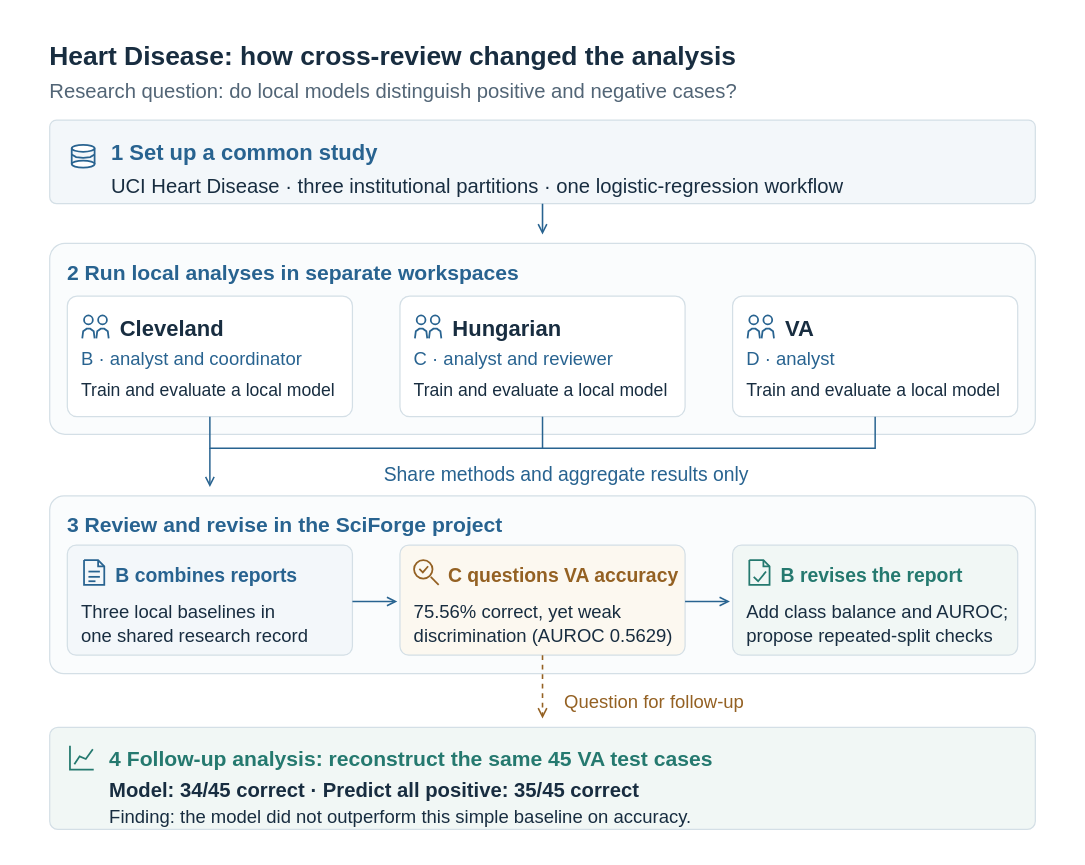
Before: paper/case-02-heart-disease/figures/fig5_heart_disease.drawio in MultiHugo/sciforge-heart-disease-collaboration, a draw.io diagram. Source tidied: cells renumbered, new cells numbered last; positions are measured from the earlier drawing's top-left corner, leaving out a move shared by most shapes. Both pictures are drawn from the tidied source at 88%, with x=0, y=0 at pixel (14, 14).
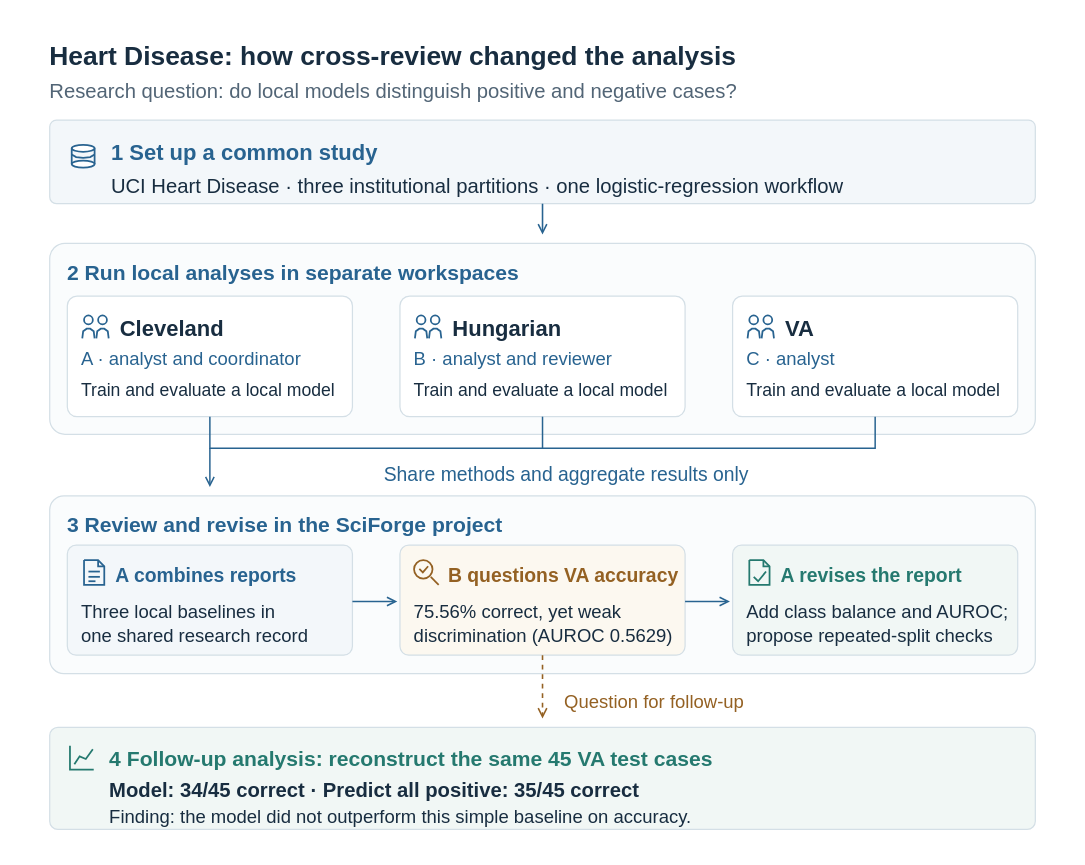
After the change.

Commit message (it also covers changes not shown here):
docs: refine Heart Disease case and archive review evidence

Change to the diagram source:
```diff
@@
-    <mxCell id="22" value="B · analyst and coordinator" style="text;html=0;whiteSpace=nowrap;overflow=visible;align=left;verticalAlign=top;spacing=0;fontFamily=Arial;fontSize=21;fontStyle=0;fontColor=#286390;strokeColor=none;fillColor=none;" parent="1" vertex="1">
+    <mxCell id="22" value="A · analyst and coordinator" style="text;html=0;whiteSpace=nowrap;overflow=visible;align=left;verticalAlign=top;spacing=0;fontFamily=Arial;fontSize=21;fontStyle=0;fontColor=#286390;strokeColor=none;fillColor=none;" parent="1" vertex="1">
       <mxGeometry x="76" y="374" width="294" height="26.2" as="geometry" />
     </mxCell>
@@
-    <mxCell id="30" value="C · analyst and reviewer" style="text;html=0;whiteSpace=nowrap;overflow=visible;align=left;verticalAlign=top;spacing=0;fontFamily=Arial;fontSize=21;fontStyle=0;fontColor=#286390;strokeColor=none;fillColor=none;" parent="1" vertex="1">
+    <mxCell id="30" value="B · analyst and reviewer" style="text;html=0;whiteSpace=nowrap;overflow=visible;align=left;verticalAlign=top;spacing=0;fontFamily=Arial;fontSize=21;fontStyle=0;fontColor=#286390;strokeColor=none;fillColor=none;" parent="1" vertex="1">
       <mxGeometry x="454" y="374" width="294" height="26.2" as="geometry" />
     </mxCell>
@@
-    <mxCell id="38" value="D · analyst" style="text;html=0;whiteSpace=nowrap;overflow=visible;align=left;verticalAlign=top;spacing=0;fontFamily=Arial;fontSize=21;fontStyle=0;fontColor=#286390;strokeColor=none;fillColor=none;" parent="1" vertex="1">
+    <mxCell id="38" value="C · analyst" style="text;html=0;whiteSpace=nowrap;overflow=visible;align=left;verticalAlign=top;spacing=0;fontFamily=Arial;fontSize=21;fontStyle=0;fontColor=#286390;strokeColor=none;fillColor=none;" parent="1" vertex="1">
       <mxGeometry x="832" y="374" width="294" height="26.2" as="geometry" />
     </mxCell>
@@
-    <mxCell id="52" value="B combines reports" style="text;html=0;whiteSpace=nowrap;overflow=visible;align=left;verticalAlign=top;spacing=0;fontFamily=Arial;fontSize=22;fontStyle=1;fontColor=#286390;strokeColor=none;fillColor=none;" parent="1" vertex="1">
+    <mxCell id="52" value="A combines reports" style="text;html=0;whiteSpace=nowrap;overflow=visible;align=left;verticalAlign=top;spacing=0;fontFamily=Arial;fontSize=22;fontStyle=1;fontColor=#286390;strokeColor=none;fillColor=none;" parent="1" vertex="1">
       <mxGeometry x="115" y="619" width="260" height="27.5" as="geometry" />
     </mxCell>
@@
-    <mxCell id="59" value="C questions VA accuracy" style="text;html=0;whiteSpace=nowrap;overflow=visible;align=left;verticalAlign=top;spacing=0;fontFamily=Arial;fontSize=22;fontStyle=1;fontColor=#946123;strokeColor=none;fillColor=none;" parent="1" vertex="1">
+    <mxCell id="59" value="B questions VA accuracy" style="text;html=0;whiteSpace=nowrap;overflow=visible;align=left;verticalAlign=top;spacing=0;fontFamily=Arial;fontSize=22;fontStyle=1;fontColor=#946123;strokeColor=none;fillColor=none;" parent="1" vertex="1">
       <mxGeometry x="493" y="619" width="260" height="27.5" as="geometry" />
     </mxCell>
@@
-    <mxCell id="66" value="B revises the report" style="text;html=0;whiteSpace=nowrap;overflow=visible;align=left;verticalAlign=top;spacing=0;fontFamily=Arial;fontSize=22;fontStyle=1;fontColor=#25796F;strokeColor=none;fillColor=none;" parent="1" vertex="1">
+    <mxCell id="66" value="A revises the report" style="text;html=0;whiteSpace=nowrap;overflow=visible;align=left;verticalAlign=top;spacing=0;fontFamily=Arial;fontSize=22;fontStyle=1;fontColor=#25796F;strokeColor=none;fillColor=none;" parent="1" vertex="1">
       <mxGeometry x="871" y="619" width="260" height="27.5" as="geometry" />
     </mxCell>
```
